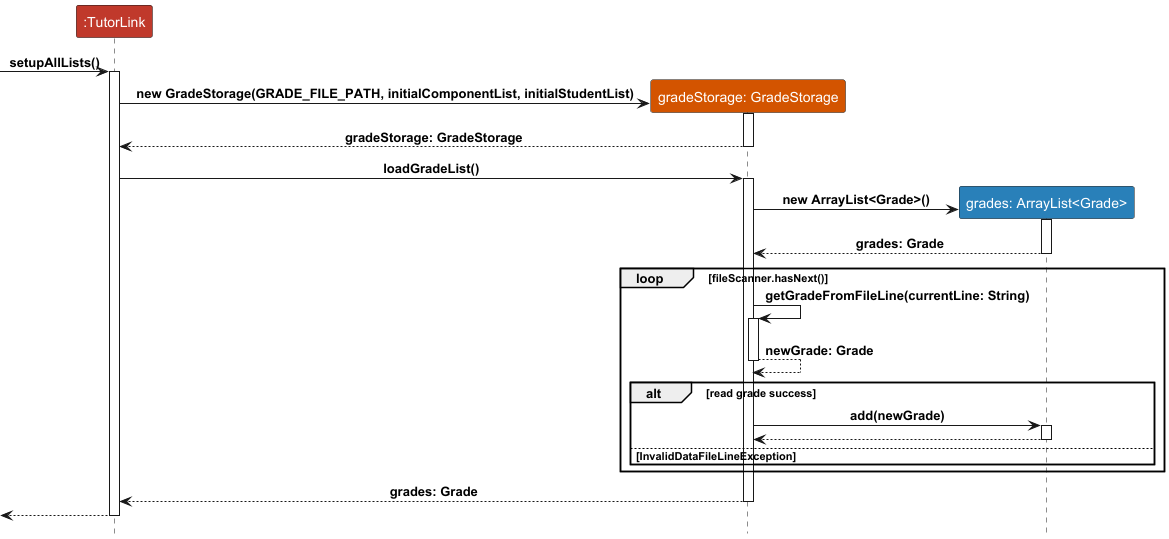
The PlantUML diagram docs/diagrams/GradeStorage.png in yeekian/tp, before a commit.
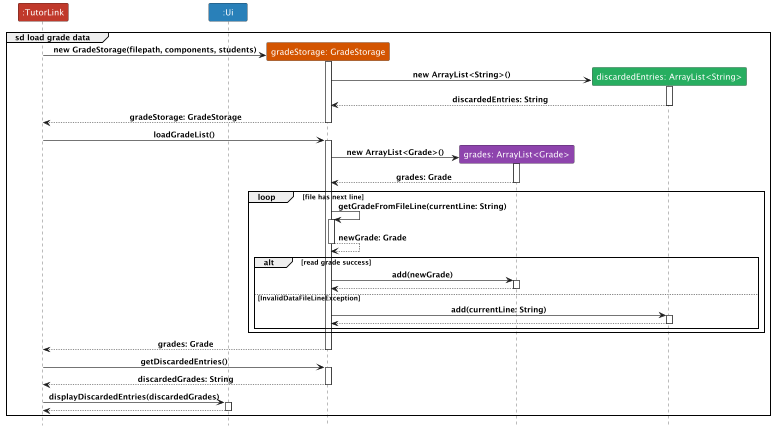
Later version of the same file.

Commit message:
Update setup and storage in DG to reflect new changes

Diff of the diagram source:
```diff
@@ -2,13 +2,22 @@
 
 !include Style.puml
 participant ":TutorLink" as TL LOGIC_COLOR_5
+participant ":Ui" as UI LOGIC_COLOR_6
+
 participant "gradeStorage: GradeStorage" as GS LOGIC_COLOR_4
-participant "grades: ArrayList<Grade>" as AL LOGIC_COLOR_6
-[->TL : setupAllLists()
-activate TL
+participant "grades: ArrayList<Grade>" as AL LOGIC_COLOR_3
+participant "discardedEntries: ArrayList<String>" as DE LOGIC_COLOR_7
+
+group sd load grade data
+
 create GS
-TL -> GS: new GradeStorage(GRADE_FILE_PATH, initialComponentList, initialStudentList)
+TL -> GS: new GradeStorage(filepath, components, students)
 activate GS
+create DE
+GS -> DE: new ArrayList<String>()
+activate DE
+GS <-- DE: discardedEntries: String
+deactivate DE
 TL <-- GS: gradeStorage: GradeStorage
 deactivate GS
 
@@ -21,9 +30,7 @@
 GS <-- AL: grades: Grade
 deactivate AL
 
-
-
-loop fileScanner.hasNext()
+loop file has next line
     GS -> GS: getGradeFromFileLine(currentLine: String)
     activate GS
     GS --> GS: newGrade: Grade
@@ -35,14 +42,27 @@
         GS <-- AL
         deactivate AL
     else InvalidDataFileLineException
+        GS -> DE: add(currentLine: String)
+        activate DE
+        GS <-- DE
+        deactivate DE
     end
 
 end
 
-
 TL <-- GS: grades: Grade
 deactivate GS
-[<--TL
-deactivate TL
+
+TL -> GS: getDiscardedEntries()
+activate GS
+TL <-- GS: discardedGrades: String
+deactivate GS
+
+TL -> UI: displayDiscardedEntries(discardedGrades)
+activate UI
+TL <-- UI
+deactivate UI
+
+end
 
 @enduml
```
